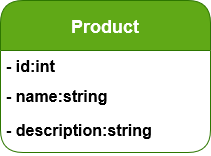
The draw.io diagram UML-Diagram.png in Lcv004/Ice-and-Fire-Restaurant, before a commit. Source tidied: cells renumbered, new cells last; positions are measured from the earlier drawing's top-left corner, leaving out a move shared by most shapes.
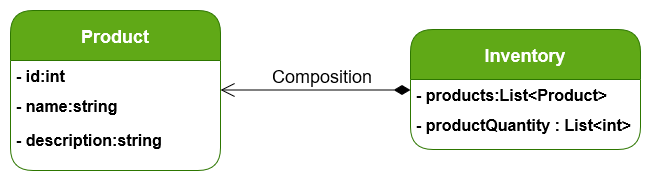
Above is the later version.

Commit message:
Feat: Add inventory entity

The edit, as a diff of the source:
```diff
@@ -3,7 +3,7 @@
     <mxCell id="0" />
     <mxCell id="1" parent="0" />
     <mxCell id="2" value="Product" style="swimlane;fontStyle=1;horizontal=1;startSize=50;fontSize=18;fillColor=#60a917;strokeColor=#2D7600;fontColor=#ffffff;swimlaneFillColor=#ffffff;rounded=1;swimlaneLine=1;glass=0;shadow=0;sketch=0;" parent="1" vertex="1">
-      <mxGeometry width="210" height="152" as="geometry" />
+      <mxGeometry width="210" height="160" as="geometry" />
     </mxCell>
     <mxCell id="3" value="- id:int" style="text;strokeColor=none;fillColor=none;align=left;verticalAlign=top;spacingLeft=4;spacingRight=4;overflow=hidden;fontStyle=1;fontSize=16;" parent="2" vertex="1">
       <mxGeometry y="50" width="210" height="30" as="geometry" />
@@ -12,7 +12,26 @@
       <mxGeometry y="80" width="210" height="34" as="geometry" />
     </mxCell>
     <mxCell id="5" value="- description:string" style="text;strokeColor=none;fillColor=none;align=left;verticalAlign=top;spacingLeft=4;spacingRight=4;overflow=hidden;fontStyle=1;fontSize=16;" parent="2" vertex="1">
-      <mxGeometry y="114" width="210" height="38" as="geometry" />
+      <mxGeometry y="114" width="210" height="46" as="geometry" />
     </mxCell>
+    <mxCell id="6" value="Inventory" style="swimlane;fontStyle=1;horizontal=1;startSize=50;fontSize=18;fillColor=#60a917;strokeColor=#2D7600;fontColor=#ffffff;swimlaneFillColor=#ffffff;rounded=1;swimlaneLine=1;glass=0;shadow=0;sketch=0;" parent="1" vertex="1">
+      <mxGeometry x="400" y="19" width="230" height="120" as="geometry" />
+    </mxCell>
+    <mxCell id="7" value="- products:List&lt;Product&gt;" style="text;strokeColor=none;fillColor=none;align=left;verticalAlign=top;spacingLeft=4;spacingRight=4;overflow=hidden;fontStyle=1;fontSize=16;" parent="6" vertex="1">
+      <mxGeometry y="50" width="230" height="30" as="geometry" />
+    </mxCell>
+    <mxCell id="8" value="- productQuantity : List&lt;int&gt;" style="text;align=left;verticalAlign=top;spacingLeft=4;spacingRight=4;overflow=hidden;fontStyle=1;fontSize=16;" parent="6" vertex="1">
+      <mxGeometry y="80" width="230" height="40" as="geometry" />
+    </mxCell>
+    <mxCell id="9" value="Composition" style="endArrow=open;html=1;endSize=12;startArrow=diamondThin;startSize=14;startFill=1;edgeStyle=orthogonalEdgeStyle;align=left;verticalAlign=bottom;fontSize=18;" parent="1" edge="1">
+      <mxGeometry x="0.47" relative="1" as="geometry">
+        <mxPoint x="400" y="79.5" as="sourcePoint" />
+        <mxPoint x="210" y="79.5" as="targetPoint" />
+        <Array as="points">
+          <mxPoint x="350" y="79.5" />
+          <mxPoint x="350" y="79.5" />
+        </Array>
+      </mxGeometry>
+    </mxCell>
   </root>
 </mxGraphModel>
```
